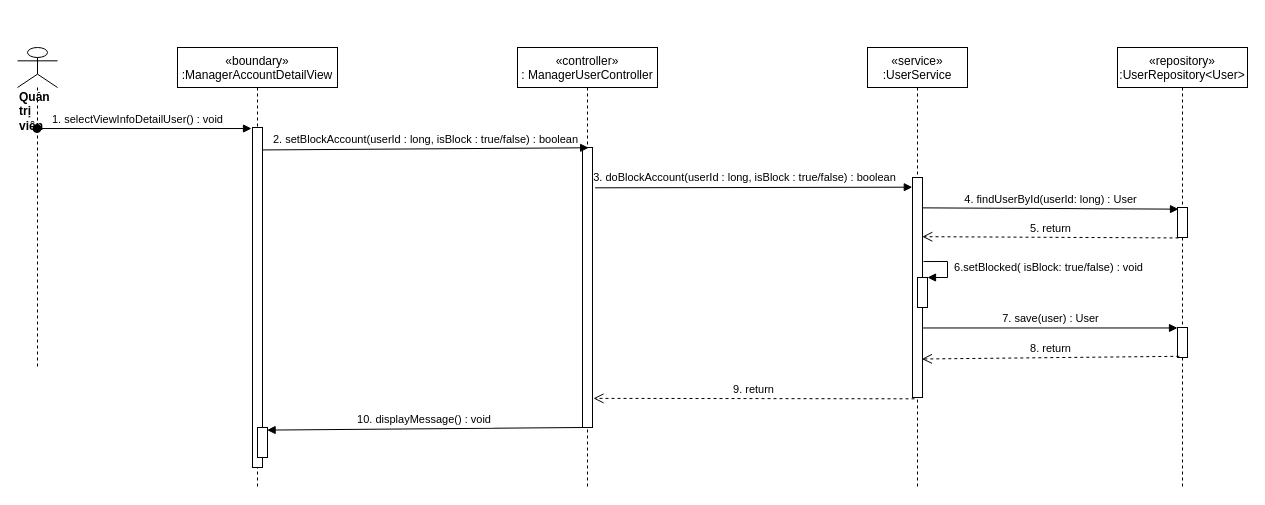
The draw.io diagram sequence diagram/block-unblock-User.drawio in nguyenphamvan/datn_20202, before the edit. Source tidied: cells renumbered, new cells numbered last; positions are measured from the earlier drawing's top-left corner, leaving out a move shared by most shapes. Both pictures are drawn from the tidied source at 100%, with x=0, y=0 at pixel (17, 47).
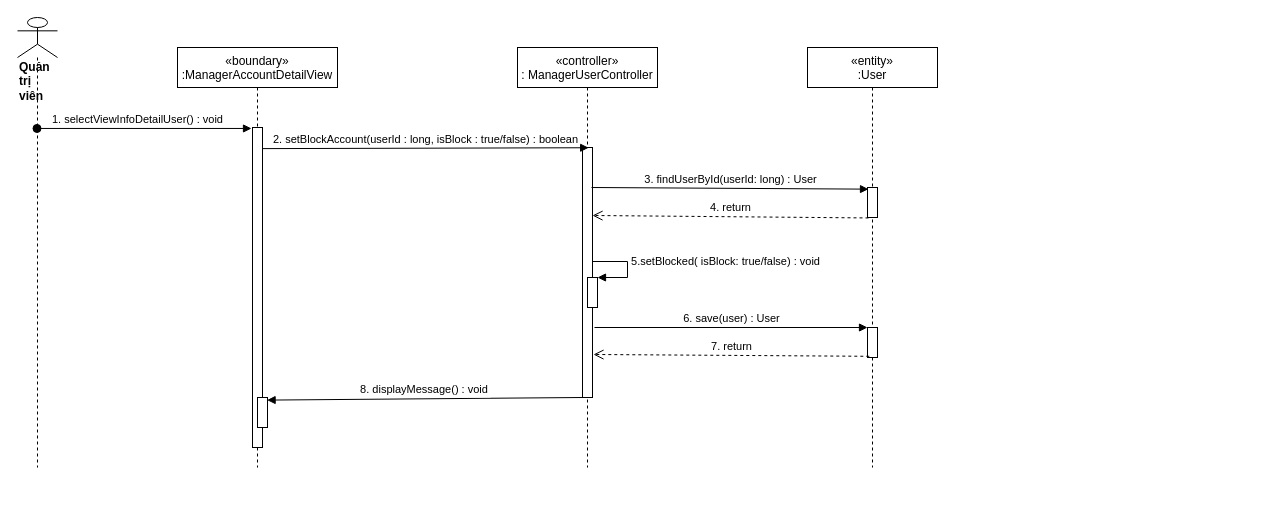
The same page after the edit.

The change refers to these unchanged cells:
```xml
<mxCell id="15" style="html=1;points=[];perimeter=orthogonalPerimeter;" parent="13" vertex="1">
  <mxGeometry x="60" y="280" width="10" height="30" as="geometry" />
</mxCell>
```

What changed in the source:
```diff
@@
     <mxCell id="2" value="«controller»&#10;: ManagerUserController" style="shape=umlLifeline;perimeter=lifelinePerimeter;rounded=0;shadow=0;strokeWidth=1;" parent="1" vertex="1">
-      <mxGeometry x="500" width="140" height="440" as="geometry" />
+      <mxGeometry x="500" width="140" height="420" as="geometry" />
     </mxCell>
     <mxCell id="3" style="points=[];perimeter=orthogonalPerimeter;rounded=0;shadow=0;strokeWidth=1;" parent="2" vertex="1">
-      <mxGeometry x="65" y="100" width="10" height="280" as="geometry" />
+      <mxGeometry x="65" y="100" width="10" height="250" as="geometry" />
     </mxCell>
     <mxCell id="4" value="&lt;div&gt;&lt;b&gt;Quản trị viên&lt;/b&gt;&lt;/div&gt;" style="shape=umlLifeline;participant=umlActor;perimeter=lifelinePerimeter;whiteSpace=wrap;html=1;verticalAlign=top;spacingTop=36;outlineConnect=0;align=left;size=40;" parent="1" vertex="1">
-      <mxGeometry width="40" height="320" as="geometry" />
+      <mxGeometry y="-30" width="40" height="450" as="geometry" />
     </mxCell>
@@
-    <mxCell id="6" value="«service»&#10;:UserService" style="shape=umlLifeline;perimeter=lifelinePerimeter;rounded=0;shadow=0;strokeWidth=1;" parent="1" vertex="1">
-      <mxGeometry x="850" width="100" height="440" as="geometry" />
-    </mxCell>
-    <mxCell id="7" style="points=[];perimeter=orthogonalPerimeter;rounded=0;shadow=0;strokeWidth=1;" parent="6" vertex="1">
-      <mxGeometry x="45" y="130" width="10" height="220" as="geometry" />
-    </mxCell>
@@
-    <mxCell id="9" style="html=1;verticalAlign=bottom;endArrow=block;exitX=1.26;exitY=0.144;exitDx=0;exitDy=0;exitPerimeter=0;entryX=-0.02;entryY=0.044;entryDx=0;entryDy=0;entryPerimeter=0;" parent="1" edge="1" source="3" target="7">
-      <mxGeometry relative="1" as="geometry" />
-    </mxCell>
-    <mxCell id="10" value="3. doBlockAccount(userId : long, isBlock : true/false) : boolean" style="edgeLabel;html=1;align=center;verticalAlign=middle;" parent="9" vertex="1">
-      <mxGeometry x="-0.08" y="4" relative="1" as="geometry">
-        <mxPoint x="3" y="-7" as="offset" />
-      </mxGeometry>
-    </mxCell>
-    <mxCell id="11" value="9. return" style="html=1;verticalAlign=bottom;endArrow=open;dashed=1;endSize=8;exitX=0.2;exitY=1.006;exitDx=0;exitDy=0;exitPerimeter=0;entryX=1.1;entryY=0.896;entryDx=0;entryDy=0;entryPerimeter=0;" parent="1" edge="1" source="7" target="3">
-      <mxGeometry relative="1" as="geometry" />
-    </mxCell>
-    <mxCell id="12" value="10. displayMessage() : void" style="verticalAlign=bottom;endArrow=block;shadow=0;strokeWidth=1;entryX=0.96;entryY=0.087;entryDx=0;entryDy=0;entryPerimeter=0;" parent="1" edge="1" source="3" target="20">
+    <mxCell id="12" value="8. displayMessage() : void" style="verticalAlign=bottom;endArrow=block;shadow=0;strokeWidth=1;entryX=0.96;entryY=0.087;entryDx=0;entryDy=0;entryPerimeter=0;" parent="1" edge="1" source="3" target="20">
       <mxGeometry relative="1" as="geometry" />
     </mxCell>
-    <mxCell id="13" value="«repository»&#10;:UserRepository&lt;User&gt;" style="shape=umlLifeline;perimeter=lifelinePerimeter;rounded=0;shadow=0;strokeWidth=1;" parent="1" vertex="1">
-      <mxGeometry x="1100" width="130" height="440" as="geometry" />
+    <mxCell id="13" value="«entity»&#10;:User" style="shape=umlLifeline;perimeter=lifelinePerimeter;rounded=0;shadow=0;strokeWidth=1;" parent="1" vertex="1">
+      <mxGeometry x="790" width="130" height="420" as="geometry" />
     </mxCell>
     <mxCell id="14" style="points=[];perimeter=orthogonalPerimeter;rounded=0;shadow=0;strokeWidth=1;" parent="13" vertex="1">
-      <mxGeometry x="60" y="160" width="10" height="30" as="geometry" />
+      <mxGeometry x="60" y="140" width="10" height="30" as="geometry" />
     </mxCell>
@@
-    <mxCell id="16" value="4. findUserById(userId: long) : User" style="html=1;verticalAlign=bottom;endArrow=block;entryX=0.1;entryY=0.055;entryDx=0;entryDy=0;entryPerimeter=0;exitX=0.98;exitY=0.138;exitDx=0;exitDy=0;exitPerimeter=0;" parent="1" edge="1" source="7" target="14">
+    <mxCell id="16" value="3. findUserById(userId: long) : User" style="html=1;verticalAlign=bottom;endArrow=block;entryX=0.1;entryY=0.055;entryDx=0;entryDy=0;entryPerimeter=0;exitX=0.9;exitY=0.16;exitDx=0;exitDy=0;exitPerimeter=0;" parent="1" edge="1" source="3" target="14">
       <mxGeometry relative="1" as="geometry" />
     </mxCell>
-    <mxCell id="17" value="5. return" style="html=1;verticalAlign=bottom;endArrow=open;dashed=1;endSize=8;exitX=0.1;exitY=1.015;exitDx=0;exitDy=0;exitPerimeter=0;entryX=0.98;entryY=0.269;entryDx=0;entryDy=0;entryPerimeter=0;" parent="1" edge="1" source="14" target="7">
+    <mxCell id="17" value="4. return" style="html=1;verticalAlign=bottom;endArrow=open;dashed=1;endSize=8;exitX=0.1;exitY=1.015;exitDx=0;exitDy=0;exitPerimeter=0;entryX=1;entryY=0.272;entryDx=0;entryDy=0;entryPerimeter=0;" parent="1" edge="1" source="14" target="3">
       <mxGeometry relative="1" as="geometry" />
     </mxCell>
     <mxCell id="18" value="«boundary»&#10;:ManagerAccountDetailView" style="shape=umlLifeline;perimeter=lifelinePerimeter;rounded=0;shadow=0;strokeWidth=1;" parent="1" vertex="1">
-      <mxGeometry x="160" width="160" height="440" as="geometry" />
+      <mxGeometry x="160" width="160" height="420" as="geometry" />
     </mxCell>
     <mxCell id="19" style="points=[];perimeter=orthogonalPerimeter;rounded=0;shadow=0;strokeWidth=1;" parent="18" vertex="1">
-      <mxGeometry x="75" y="80" width="10" height="340" as="geometry" />
+      <mxGeometry x="75" y="80" width="10" height="320" as="geometry" />
     </mxCell>
     <mxCell id="20" style="html=1;points=[];perimeter=orthogonalPerimeter;" parent="18" vertex="1">
-      <mxGeometry x="80" y="380" width="10" height="30" as="geometry" />
+      <mxGeometry x="80" y="350" width="10" height="30" as="geometry" />
     </mxCell>
-    <mxCell id="21" value="7. save(user) : User" style="html=1;verticalAlign=bottom;endArrow=block;exitX=1.06;exitY=0.684;exitDx=0;exitDy=0;exitPerimeter=0;" parent="1" edge="1" source="7" target="15">
+    <mxCell id="21" value="6. save(user) : User" style="html=1;verticalAlign=bottom;endArrow=block;exitX=1.2;exitY=0.72;exitDx=0;exitDy=0;exitPerimeter=0;" parent="1" edge="1" source="3" target="15">
       <mxGeometry relative="1" as="geometry" />
     </mxCell>
-    <mxCell id="22" value="8. return" style="html=1;verticalAlign=bottom;endArrow=open;dashed=1;endSize=8;exitX=0.18;exitY=0.96;exitDx=0;exitDy=0;exitPerimeter=0;entryX=0.94;entryY=0.825;entryDx=0;entryDy=0;entryPerimeter=0;" parent="1" edge="1" source="15" target="7">
+    <mxCell id="22" value="7. return" style="html=1;verticalAlign=bottom;endArrow=open;dashed=1;endSize=8;exitX=0.18;exitY=0.96;exitDx=0;exitDy=0;exitPerimeter=0;entryX=1.1;entryY=0.828;entryDx=0;entryDy=0;entryPerimeter=0;" parent="1" edge="1" source="15" target="3">
       <mxGeometry relative="1" as="geometry" />
     </mxCell>
     <mxCell id="23" style="html=1;points=[];perimeter=orthogonalPerimeter;" parent="1" vertex="1">
-      <mxGeometry x="900" y="230" width="10" height="30" as="geometry" />
+      <mxGeometry x="570" y="230" width="10" height="30" as="geometry" />
     </mxCell>
-    <mxCell id="24" value="&amp;nbsp;6.setBlocked( isBlock: true/false) : void" style="edgeStyle=orthogonalEdgeStyle;html=1;align=left;spacingLeft=2;endArrow=block;rounded=0;entryX=1;entryY=0;exitX=1.1;exitY=0.382;exitDx=0;exitDy=0;exitPerimeter=0;" parent="1" edge="1" source="7" target="23">
+    <mxCell id="24" value="&amp;nbsp;5.setBlocked( isBlock: true/false) : void" style="edgeStyle=orthogonalEdgeStyle;html=1;align=left;spacingLeft=2;endArrow=block;rounded=0;entryX=1;entryY=0;exitX=1;exitY=0.393;exitDx=0;exitDy=0;exitPerimeter=0;" parent="1" edge="1" source="3" target="23">
       <mxGeometry relative="1" as="geometry">
         <Array as="points">
-          <mxPoint x="930" y="214" />
-          <mxPoint x="930" y="230" />
+          <mxPoint x="575" y="214" />
+          <mxPoint x="610" y="214" />
+          <mxPoint x="610" y="230" />
         </Array>
       </mxGeometry>
     </mxCell>
```
